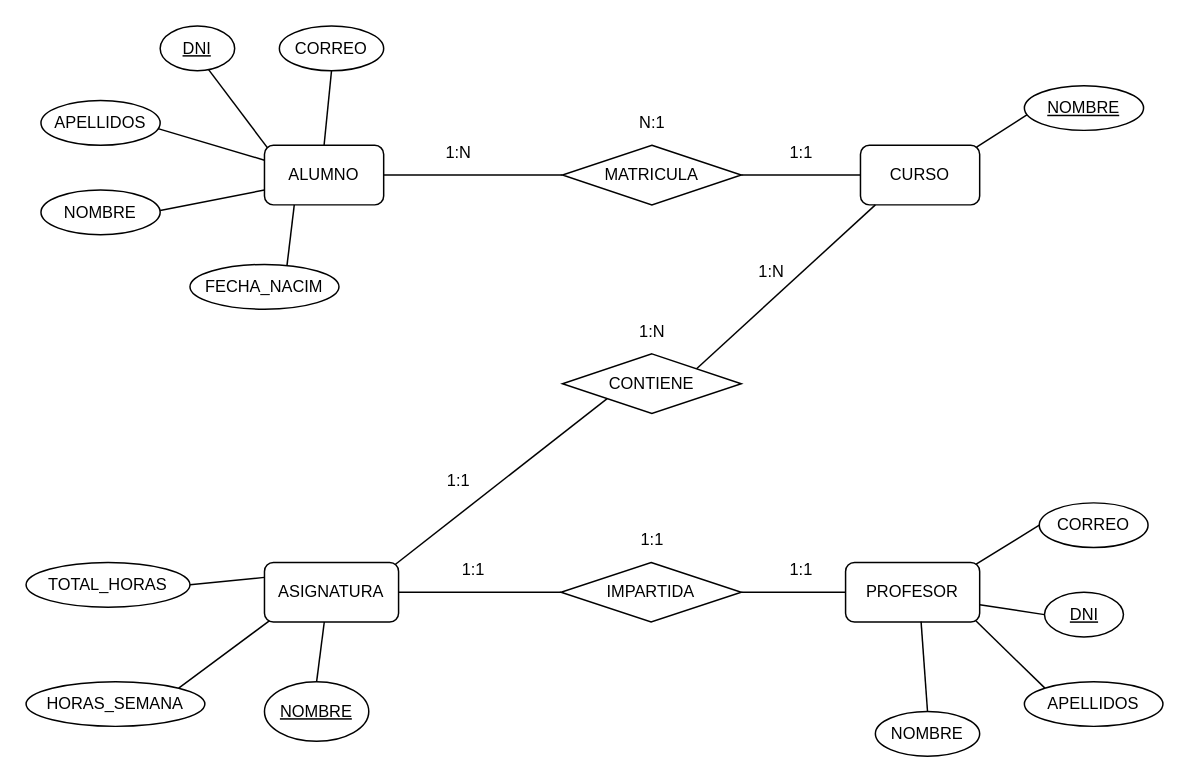
This is page "diagram-1" (1 of 5) of bases-datos/diagrams.drawio from igardiet/dam, a draw.io file, before an edit. Source tidied: cells renumbered, new cells numbered last; positions are measured from the earlier drawing's top-left corner, leaving out a move shared by most shapes. Both pictures are drawn from the tidied source at 149%, with x=0, y=0 at pixel (25, 25).
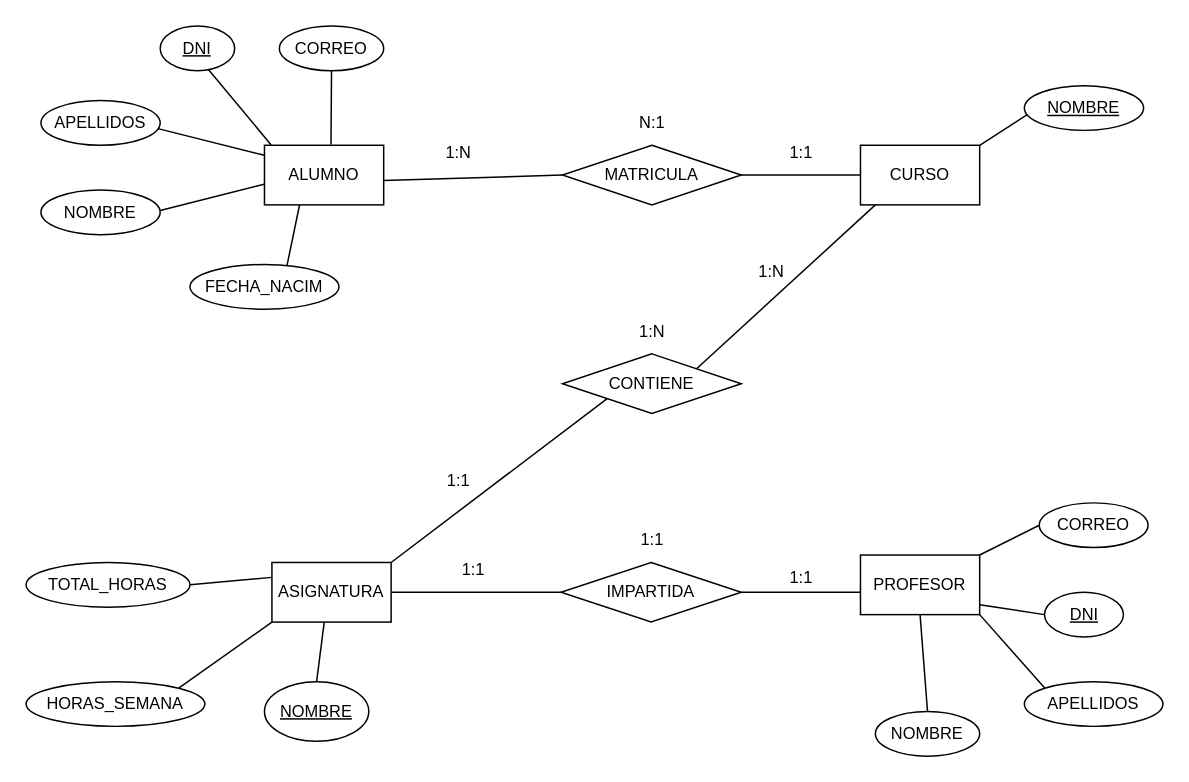
The same page after the edit.

The change refers to these unchanged cells:
```xml
<mxCell id="10" value="CORREO" style="ellipse;whiteSpace=wrap;html=1;fontFamily=Helvetica;fontSize=11;fontColor=default;" parent="1" vertex="1">
  <mxGeometry x="680" y="320" width="73" height="30" as="geometry" />
</mxCell>
<mxCell id="11" value="NOMBRE" style="ellipse;whiteSpace=wrap;html=1;fontFamily=Helvetica;fontSize=11;fontColor=default;" parent="1" vertex="1">
  <mxGeometry x="570" y="460" width="70" height="30" as="geometry" />
</mxCell>
<mxCell id="12" value="&lt;u&gt;DNI&lt;/u&gt;" style="ellipse;whiteSpace=wrap;html=1;fontFamily=Helvetica;fontSize=11;fontColor=default;" parent="1" vertex="1">
  <mxGeometry x="683.5" y="380" width="53" height="30" as="geometry" />
</mxCell>
<mxCell id="13" value="APELLIDOS" style="ellipse;whiteSpace=wrap;html=1;fontFamily=Helvetica;fontSize=11;fontColor=default;" parent="1" vertex="1">
  <mxGeometry x="670" y="440" width="93" height="30" as="geometry" />
</mxCell>
<mxCell id="14" value="&lt;u&gt;NOMBRE&lt;/u&gt;" style="ellipse;whiteSpace=wrap;html=1;fontFamily=Helvetica;fontSize=11;fontColor=default;" parent="1" vertex="1">
  <mxGeometry x="160" y="440" width="70" height="40" as="geometry" />
</mxCell>
<mxCell id="17" value="HORAS_SEMANA" style="ellipse;whiteSpace=wrap;html=1;fontFamily=Helvetica;fontSize=11;fontColor=default;" parent="1" vertex="1">
  <mxGeometry y="440" width="120" height="30" as="geometry" />
</mxCell>
<mxCell id="18" value="&lt;u&gt;NOMBRE&lt;/u&gt;" style="ellipse;whiteSpace=wrap;html=1;fontFamily=Helvetica;fontSize=11;fontColor=default;" parent="1" vertex="1">
  <mxGeometry x="670" y="40" width="80" height="30" as="geometry" />
</mxCell>
<mxCell id="19" value="FECHA_NACIM" style="ellipse;whiteSpace=wrap;html=1;fontFamily=Helvetica;fontSize=11;fontColor=default;" parent="1" vertex="1">
  <mxGeometry x="110" y="160" width="100" height="30" as="geometry" />
</mxCell>
<mxCell id="20" value="CORREO" style="ellipse;whiteSpace=wrap;html=1;fontFamily=Helvetica;fontSize=11;fontColor=default;" parent="1" vertex="1">
  <mxGeometry x="170" width="70" height="30" as="geometry" />
</mxCell>
<mxCell id="21" value="&lt;u&gt;DNI&lt;/u&gt;" style="ellipse;whiteSpace=wrap;html=1;fontFamily=Helvetica;fontSize=11;fontColor=default;" parent="1" vertex="1">
  <mxGeometry x="90" width="50" height="30" as="geometry" />
</mxCell>
<mxCell id="22" value="APELLIDOS" style="ellipse;whiteSpace=wrap;html=1;fontFamily=Helvetica;fontSize=11;fontColor=default;" parent="1" vertex="1">
  <mxGeometry x="10" y="50" width="80" height="30" as="geometry" />
</mxCell>
<mxCell id="23" value="NOMBRE" style="ellipse;whiteSpace=wrap;html=1;fontFamily=Helvetica;fontSize=11;fontColor=default;" parent="1" vertex="1">
  <mxGeometry x="10" y="110" width="80" height="30" as="geometry" />
</mxCell>
<mxCell id="26" value="MATRICULA" style="rhombus;whiteSpace=wrap;html=1;fontFamily=Helvetica;fontSize=11;fontColor=default;" parent="1" vertex="1">
  <mxGeometry x="360" y="80" width="120" height="40" as="geometry" />
</mxCell>
<mxCell id="28" value="IMPARTIDA" style="rhombus;whiteSpace=wrap;html=1;fontFamily=Helvetica;fontSize=11;fontColor=default;" parent="1" vertex="1">
  <mxGeometry x="359" y="360" width="121" height="40" as="geometry" />
</mxCell>
<mxCell id="29" value="CONTIENE" style="rhombus;whiteSpace=wrap;html=1;fontFamily=Helvetica;fontSize=11;fontColor=default;" parent="1" vertex="1">
  <mxGeometry x="360" y="220" width="120" height="40" as="geometry" />
</mxCell>
```

Diff of the diagram source:
```diff
@@
-    <mxCell id="2" value="PROFESOR" style="rounded=1;whiteSpace=wrap;html=1;fontFamily=Helvetica;fontSize=11;fontColor=default;" parent="1" vertex="1">
-      <mxGeometry x="550" y="360" width="90" height="40" as="geometry" />
-    </mxCell>
-    <mxCell id="3" style="edgeStyle=none;shape=connector;rounded=0;jettySize=auto;html=1;exitX=0.975;exitY=0.034;exitDx=0;exitDy=0;entryX=0;entryY=1;entryDx=0;entryDy=0;labelBackgroundColor=default;strokeColor=default;align=center;verticalAlign=middle;fontFamily=Helvetica;fontSize=11;fontColor=default;endArrow=none;endFill=0;exitPerimeter=0;" parent="1" edge="1" source="6" target="29">
+    <mxCell id="3" style="edgeStyle=none;shape=connector;rounded=0;jettySize=auto;html=1;exitX=1;exitY=0;exitDx=0;exitDy=0;entryX=0;entryY=1;entryDx=0;entryDy=0;labelBackgroundColor=default;strokeColor=default;align=center;verticalAlign=middle;fontFamily=Helvetica;fontSize=11;fontColor=default;endArrow=none;endFill=0;" parent="1" edge="1" source="6" target="29">
       <mxGeometry relative="1" as="geometry" />
     </mxCell>
@@
-    <mxCell id="6" value="ASIGNATURA" style="rounded=1;whiteSpace=wrap;html=1;fontFamily=Helvetica;fontSize=11;fontColor=default;" parent="1" vertex="1">
-      <mxGeometry x="160" y="360" width="90" height="40" as="geometry" />
-    </mxCell>
-    <mxCell id="7" value="CURSO" style="rounded=1;whiteSpace=wrap;html=1;fontFamily=Helvetica;fontSize=11;fontColor=default;" parent="1" vertex="1">
-      <mxGeometry x="560" y="80" width="80" height="40" as="geometry" />
-    </mxCell>
-    <mxCell id="8" style="edgeStyle=none;shape=connector;rounded=0;jettySize=auto;html=1;exitX=0.5;exitY=0;exitDx=0;exitDy=0;entryX=0.5;entryY=1;entryDx=0;entryDy=0;labelBackgroundColor=default;strokeColor=default;align=center;verticalAlign=middle;fontFamily=Helvetica;fontSize=11;fontColor=default;endArrow=none;endFill=0;" parent="1" edge="1" source="9" target="20">
+    <mxCell id="8" style="edgeStyle=none;shape=connector;rounded=0;jettySize=auto;html=1;exitX=0.558;exitY=-0.011;exitDx=0;exitDy=0;entryX=0.5;entryY=1;entryDx=0;entryDy=0;labelBackgroundColor=default;strokeColor=default;align=center;verticalAlign=middle;fontFamily=Helvetica;fontSize=11;fontColor=default;endArrow=none;endFill=0;exitPerimeter=0;" parent="1" edge="1" source="9" target="20">
       <mxGeometry relative="1" as="geometry" />
     </mxCell>
-    <mxCell id="9" value="ALUMNO" style="rounded=1;whiteSpace=wrap;html=1;fontFamily=Helvetica;fontSize=11;fontColor=default;" parent="1" vertex="1">
-      <mxGeometry x="160" y="80" width="80" height="40" as="geometry" />
-    </mxCell>
@@
-    <mxCell id="16" style="edgeStyle=none;shape=connector;rounded=0;jettySize=auto;html=1;exitX=1;exitY=0;exitDx=0;exitDy=0;labelBackgroundColor=default;strokeColor=default;align=center;verticalAlign=middle;fontFamily=Helvetica;fontSize=11;fontColor=default;endArrow=none;endFill=0;entryX=0.036;entryY=0.98;entryDx=0;entryDy=0;entryPerimeter=0;" parent="1" edge="1" source="17" target="6">
+    <mxCell id="16" style="edgeStyle=none;shape=connector;rounded=0;jettySize=auto;html=1;exitX=1;exitY=0;exitDx=0;exitDy=0;labelBackgroundColor=default;strokeColor=default;align=center;verticalAlign=middle;fontFamily=Helvetica;fontSize=11;fontColor=default;endArrow=none;endFill=0;entryX=0;entryY=1;entryDx=0;entryDy=0;" parent="1" edge="1" source="17" target="6">
       <mxGeometry relative="1" as="geometry" />
     </mxCell>
@@
-    <mxCell id="24" style="edgeStyle=none;shape=connector;rounded=0;jettySize=auto;html=1;exitX=1;exitY=0.5;exitDx=0;exitDy=0;entryX=0;entryY=0.5;entryDx=0;entryDy=0;labelBackgroundColor=default;strokeColor=default;align=center;verticalAlign=middle;fontFamily=Helvetica;fontSize=11;fontColor=default;endArrow=none;endFill=0;" parent="1" edge="1" source="26" target="7">
-      <mxGeometry relative="1" as="geometry" />
+    <mxCell id="24" style="edgeStyle=none;shape=connector;rounded=0;jettySize=auto;html=1;exitX=1;exitY=0.5;exitDx=0;exitDy=0;entryX=0;entryY=0.5;entryDx=0;entryDy=0;labelBackgroundColor=default;strokeColor=default;align=center;verticalAlign=middle;fontFamily=Helvetica;fontSize=11;fontColor=default;endArrow=none;endFill=0;" parent="1" edge="1" source="26">
+      <mxGeometry relative="1" as="geometry">
+        <mxPoint x="560" y="100" as="targetPoint" />
+      </mxGeometry>
     </mxCell>
-    <mxCell id="25" style="edgeStyle=none;shape=connector;rounded=0;jettySize=auto;html=1;exitX=0;exitY=0.5;exitDx=0;exitDy=0;labelBackgroundColor=default;strokeColor=default;align=center;verticalAlign=middle;fontFamily=Helvetica;fontSize=11;fontColor=default;endArrow=none;endFill=0;" parent="1" edge="1" source="26" target="9">
+    <mxCell id="25" style="edgeStyle=none;shape=connector;rounded=0;jettySize=auto;html=1;exitX=0;exitY=0.5;exitDx=0;exitDy=0;labelBackgroundColor=default;strokeColor=default;align=center;verticalAlign=middle;fontFamily=Helvetica;fontSize=11;fontColor=default;endArrow=none;endFill=0;entryX=0.996;entryY=0.592;entryDx=0;entryDy=0;entryPerimeter=0;" parent="1" edge="1" source="26" target="9">
       <mxGeometry relative="1" as="geometry" />
     </mxCell>
@@
-    <mxCell id="27" style="edgeStyle=none;shape=connector;rounded=0;jettySize=auto;html=1;exitX=1;exitY=0.5;exitDx=0;exitDy=0;entryX=0;entryY=0.5;entryDx=0;entryDy=0;labelBackgroundColor=default;strokeColor=default;align=center;verticalAlign=middle;fontFamily=Helvetica;fontSize=11;fontColor=default;endArrow=none;endFill=0;" parent="1" edge="1" source="28" target="2">
+    <mxCell id="27" style="edgeStyle=none;shape=connector;rounded=0;jettySize=auto;html=1;exitX=1;exitY=0.5;exitDx=0;exitDy=0;entryX=-0.004;entryY=0.623;entryDx=0;entryDy=0;labelBackgroundColor=default;strokeColor=default;align=center;verticalAlign=middle;fontFamily=Helvetica;fontSize=11;fontColor=default;endArrow=none;endFill=0;entryPerimeter=0;" parent="1" edge="1" source="28" target="2">
       <mxGeometry relative="1" as="geometry" />
     </mxCell>
@@
-    <mxCell id="30" style="shape=connector;rounded=0;jettySize=auto;html=1;entryX=0.021;entryY=0.652;entryDx=0;entryDy=0;entryPerimeter=0;labelBackgroundColor=default;strokeColor=default;align=center;verticalAlign=middle;fontFamily=Helvetica;fontSize=11;fontColor=default;endArrow=none;endFill=0;exitX=0.974;exitY=0.033;exitDx=0;exitDy=0;exitPerimeter=0;" parent="1" edge="1" source="7" target="18">
+    <mxCell id="30" style="shape=connector;rounded=0;jettySize=auto;html=1;entryX=0.021;entryY=0.652;entryDx=0;entryDy=0;entryPerimeter=0;labelBackgroundColor=default;strokeColor=default;align=center;verticalAlign=middle;fontFamily=Helvetica;fontSize=11;fontColor=default;endArrow=none;endFill=0;exitX=1;exitY=0;exitDx=0;exitDy=0;" parent="1" edge="1" source="7" target="18">
       <mxGeometry relative="1" as="geometry" />
     </mxCell>
-    <mxCell id="31" style="edgeStyle=none;shape=connector;rounded=0;jettySize=auto;html=1;exitX=0.024;exitY=0.039;exitDx=0;exitDy=0;entryX=0.65;entryY=0.975;entryDx=0;entryDy=0;entryPerimeter=0;labelBackgroundColor=default;strokeColor=default;align=center;verticalAlign=middle;fontFamily=Helvetica;fontSize=11;fontColor=default;endArrow=none;endFill=0;exitPerimeter=0;" parent="1" edge="1" source="9" target="21">
+    <mxCell id="31" style="edgeStyle=none;shape=connector;rounded=0;jettySize=auto;html=1;exitX=0.056;exitY=-0.006;exitDx=0;exitDy=0;entryX=0.65;entryY=0.975;entryDx=0;entryDy=0;entryPerimeter=0;labelBackgroundColor=default;strokeColor=default;align=center;verticalAlign=middle;fontFamily=Helvetica;fontSize=11;fontColor=default;endArrow=none;endFill=0;exitPerimeter=0;" parent="1" edge="1" source="9" target="21">
       <mxGeometry relative="1" as="geometry" />
     </mxCell>
-    <mxCell id="32" style="edgeStyle=none;shape=connector;rounded=0;jettySize=auto;html=1;exitX=0;exitY=0.25;exitDx=0;exitDy=0;entryX=0.982;entryY=0.627;entryDx=0;entryDy=0;entryPerimeter=0;labelBackgroundColor=default;strokeColor=default;align=center;verticalAlign=middle;fontFamily=Helvetica;fontSize=11;fontColor=default;endArrow=none;endFill=0;" parent="1" edge="1" source="9" target="22">
+    <mxCell id="32" style="edgeStyle=none;shape=connector;rounded=0;jettySize=auto;html=1;exitX=0;exitY=0.168;exitDx=0;exitDy=0;entryX=0.982;entryY=0.627;entryDx=0;entryDy=0;entryPerimeter=0;labelBackgroundColor=default;strokeColor=default;align=center;verticalAlign=middle;fontFamily=Helvetica;fontSize=11;fontColor=default;endArrow=none;endFill=0;exitPerimeter=0;" parent="1" edge="1" source="9" target="22">
       <mxGeometry relative="1" as="geometry" />
     </mxCell>
-    <mxCell id="33" style="edgeStyle=none;shape=connector;rounded=0;jettySize=auto;html=1;exitX=0;exitY=0.75;exitDx=0;exitDy=0;entryX=1;entryY=0.459;entryDx=0;entryDy=0;entryPerimeter=0;labelBackgroundColor=default;strokeColor=default;align=center;verticalAlign=middle;fontFamily=Helvetica;fontSize=11;fontColor=default;endArrow=none;endFill=0;" parent="1" edge="1" source="9" target="23">
+    <mxCell id="33" style="edgeStyle=none;shape=connector;rounded=0;jettySize=auto;html=1;exitX=-0.002;exitY=0.654;exitDx=0;exitDy=0;entryX=1;entryY=0.459;entryDx=0;entryDy=0;entryPerimeter=0;labelBackgroundColor=default;strokeColor=default;align=center;verticalAlign=middle;fontFamily=Helvetica;fontSize=11;fontColor=default;endArrow=none;endFill=0;exitPerimeter=0;" parent="1" edge="1" source="9" target="23">
       <mxGeometry relative="1" as="geometry" />
     </mxCell>
-    <mxCell id="34" style="edgeStyle=none;shape=connector;rounded=0;jettySize=auto;html=1;exitX=0.25;exitY=1;exitDx=0;exitDy=0;entryX=0.651;entryY=0.027;entryDx=0;entryDy=0;entryPerimeter=0;labelBackgroundColor=default;strokeColor=default;align=center;verticalAlign=middle;fontFamily=Helvetica;fontSize=11;fontColor=default;endArrow=none;endFill=0;" parent="1" edge="1" source="9" target="19">
+    <mxCell id="34" style="edgeStyle=none;shape=connector;rounded=0;jettySize=auto;html=1;exitX=0.295;exitY=0.994;exitDx=0;exitDy=0;entryX=0.651;entryY=0.027;entryDx=0;entryDy=0;entryPerimeter=0;labelBackgroundColor=default;strokeColor=default;align=center;verticalAlign=middle;fontFamily=Helvetica;fontSize=11;fontColor=default;endArrow=none;endFill=0;exitPerimeter=0;" parent="1" edge="1" source="9" target="19">
       <mxGeometry relative="1" as="geometry" />
     </mxCell>
@@
-    <mxCell id="36" style="edgeStyle=none;shape=connector;rounded=0;jettySize=auto;html=1;exitX=0.5;exitY=0;exitDx=0;exitDy=0;entryX=0.446;entryY=0.999;entryDx=0;entryDy=0;entryPerimeter=0;labelBackgroundColor=default;strokeColor=default;align=center;verticalAlign=middle;fontFamily=Helvetica;fontSize=11;fontColor=default;endArrow=none;endFill=0;" parent="1" edge="1" source="14" target="6">
-      <mxGeometry relative="1" as="geometry" />
+    <mxCell id="36" style="edgeStyle=none;shape=connector;rounded=0;jettySize=auto;html=1;exitX=0.5;exitY=0;exitDx=0;exitDy=0;entryX=0.446;entryY=0.999;entryDx=0;entryDy=0;entryPerimeter=0;labelBackgroundColor=default;strokeColor=default;align=center;verticalAlign=middle;fontFamily=Helvetica;fontSize=11;fontColor=default;endArrow=none;endFill=0;" parent="1" edge="1" source="14">
+      <mxGeometry relative="1" as="geometry">
+        <mxPoint x="200.1" y="400" as="targetPoint" />
+      </mxGeometry>
     </mxCell>
-    <mxCell id="37" style="edgeStyle=none;shape=connector;rounded=0;jettySize=auto;html=1;exitX=0.5;exitY=0;exitDx=0;exitDy=0;entryX=0.563;entryY=0.992;entryDx=0;entryDy=0;entryPerimeter=0;labelBackgroundColor=default;strokeColor=default;align=center;verticalAlign=middle;fontFamily=Helvetica;fontSize=11;fontColor=default;endArrow=none;endFill=0;" parent="1" edge="1" source="11" target="2">
+    <mxCell id="37" style="edgeStyle=none;shape=connector;rounded=0;jettySize=auto;html=1;exitX=0.5;exitY=0;exitDx=0;exitDy=0;entryX=0.5;entryY=1;entryDx=0;entryDy=0;labelBackgroundColor=default;strokeColor=default;align=center;verticalAlign=middle;fontFamily=Helvetica;fontSize=11;fontColor=default;endArrow=none;endFill=0;" parent="1" edge="1" source="11" target="2">
       <mxGeometry relative="1" as="geometry" />
     </mxCell>
-    <mxCell id="38" style="edgeStyle=none;shape=connector;rounded=0;jettySize=auto;html=1;exitX=0;exitY=0;exitDx=0;exitDy=0;entryX=0.971;entryY=0.979;entryDx=0;entryDy=0;entryPerimeter=0;labelBackgroundColor=default;strokeColor=default;align=center;verticalAlign=middle;fontFamily=Helvetica;fontSize=11;fontColor=default;endArrow=none;endFill=0;" parent="1" edge="1" source="13" target="2">
+    <mxCell id="38" style="edgeStyle=none;shape=connector;rounded=0;jettySize=auto;html=1;exitX=0;exitY=0;exitDx=0;exitDy=0;entryX=1;entryY=1;entryDx=0;entryDy=0;labelBackgroundColor=default;strokeColor=default;align=center;verticalAlign=middle;fontFamily=Helvetica;fontSize=11;fontColor=default;endArrow=none;endFill=0;" parent="1" edge="1" source="13" target="2">
       <mxGeometry relative="1" as="geometry" />
     </mxCell>
-    <mxCell id="39" style="edgeStyle=none;shape=connector;rounded=0;jettySize=auto;html=1;exitX=0;exitY=0.5;exitDx=0;exitDy=0;entryX=1;entryY=0.709;entryDx=0;entryDy=0;entryPerimeter=0;labelBackgroundColor=default;strokeColor=default;align=center;verticalAlign=middle;fontFamily=Helvetica;fontSize=11;fontColor=default;endArrow=none;endFill=0;" parent="1" edge="1" source="12" target="2">
-      <mxGeometry relative="1" as="geometry" />
+    <mxCell id="39" style="edgeStyle=none;shape=connector;rounded=0;jettySize=auto;html=1;exitX=0;exitY=0.5;exitDx=0;exitDy=0;entryX=1;entryY=0.709;entryDx=0;entryDy=0;entryPerimeter=0;labelBackgroundColor=default;strokeColor=default;align=center;verticalAlign=middle;fontFamily=Helvetica;fontSize=11;fontColor=default;endArrow=none;endFill=0;" parent="1" edge="1" source="12">
+      <mxGeometry relative="1" as="geometry">
+        <mxPoint x="640" y="388.4" as="targetPoint" />
+      </mxGeometry>
     </mxCell>
-    <mxCell id="40" style="edgeStyle=none;shape=connector;rounded=0;jettySize=auto;html=1;exitX=0;exitY=0.5;exitDx=0;exitDy=0;entryX=0.974;entryY=0.029;entryDx=0;entryDy=0;entryPerimeter=0;labelBackgroundColor=default;strokeColor=default;align=center;verticalAlign=middle;fontFamily=Helvetica;fontSize=11;fontColor=default;endArrow=none;endFill=0;" parent="1" edge="1" source="10" target="2">
+    <mxCell id="40" style="edgeStyle=none;shape=connector;rounded=0;jettySize=auto;html=1;exitX=0;exitY=0.5;exitDx=0;exitDy=0;entryX=1;entryY=0;entryDx=0;entryDy=0;labelBackgroundColor=default;strokeColor=default;align=center;verticalAlign=middle;fontFamily=Helvetica;fontSize=11;fontColor=default;endArrow=none;endFill=0;" parent="1" edge="1" source="10" target="2">
       <mxGeometry relative="1" as="geometry" />
     </mxCell>
@@
     <mxCell id="49" value="1:1" style="text;html=1;align=center;verticalAlign=middle;strokeColor=none;fillColor=none;fontSize=11;fontFamily=Helvetica;fontColor=default;" parent="1" vertex="1">
-      <mxGeometry x="500" y="350" width="40" height="30" as="geometry" />
+      <mxGeometry x="500" y="355" width="40" height="30" as="geometry" />
     </mxCell>
+    <mxCell id="2" value="PROFESOR" style="whiteSpace=wrap;html=1;align=center;fontFamily=Helvetica;fontSize=11;fontColor=default;" parent="1" vertex="1">
+      <mxGeometry x="560" y="355" width="80" height="40" as="geometry" />
+    </mxCell>
+    <mxCell id="6" value="ASIGNATURA" style="whiteSpace=wrap;html=1;align=center;fontFamily=Helvetica;fontSize=11;fontColor=default;" parent="1" vertex="1">
+      <mxGeometry x="165" y="360" width="80" height="40" as="geometry" />
+    </mxCell>
+    <mxCell id="9" value="ALUMNO" style="whiteSpace=wrap;html=1;align=center;fontFamily=Helvetica;fontSize=11;fontColor=default;" parent="1" vertex="1">
+      <mxGeometry x="160" y="80" width="80" height="40" as="geometry" />
+    </mxCell>
+    <mxCell id="7" value="CURSO" style="whiteSpace=wrap;html=1;align=center;fontFamily=Helvetica;fontSize=11;fontColor=default;" parent="1" vertex="1">
+      <mxGeometry x="560" y="80" width="80" height="40" as="geometry" />
+    </mxCell>
```
